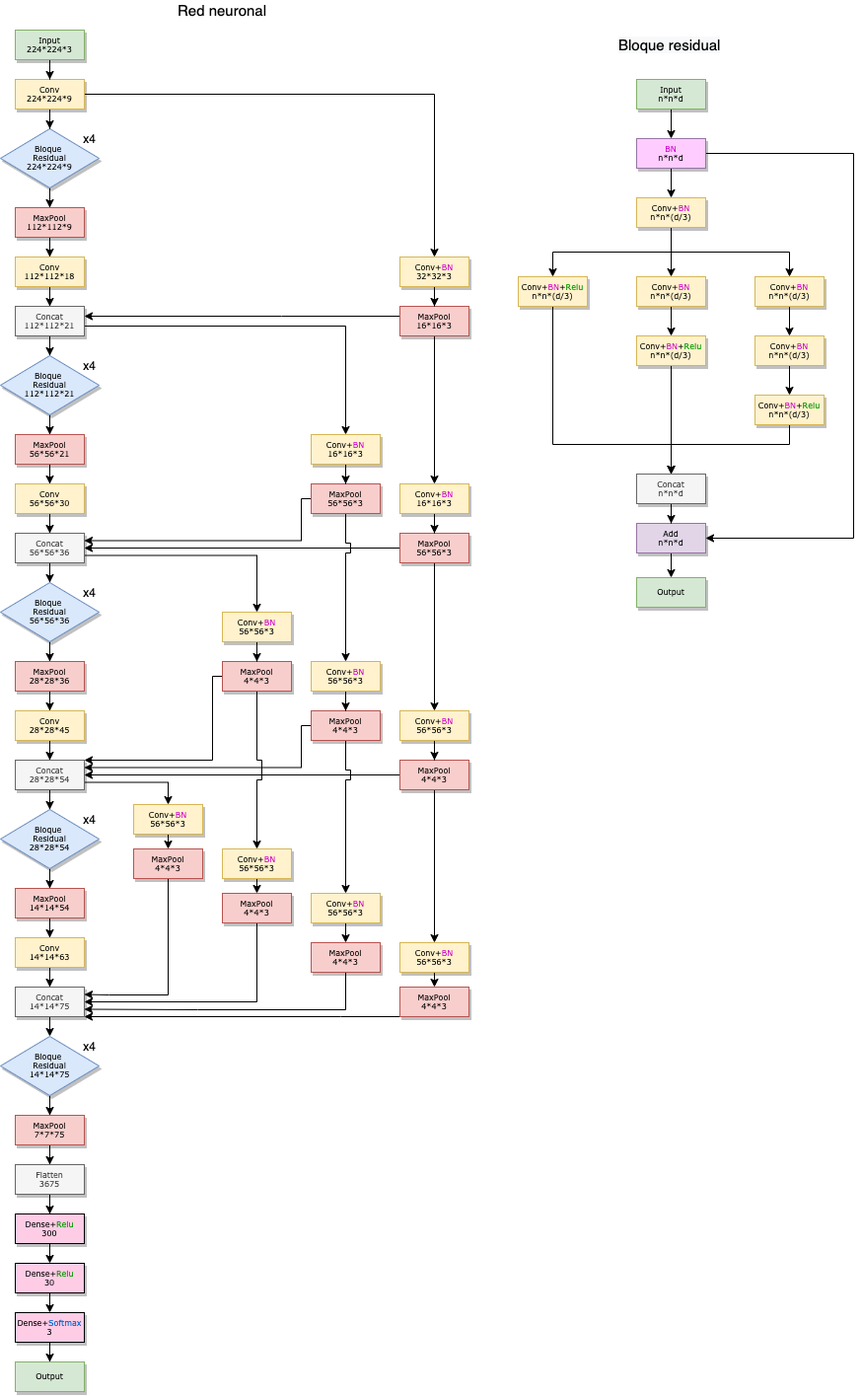
Before: Memoria/images/ScratchDavid.png, a diagram exported from draw.io (Daalma7/CNNsXraysCOVID). Source tidied: cells renumbered, new cells last; positions are measured from the earlier drawing's top-left corner, leaving out a move shared by most shapes.
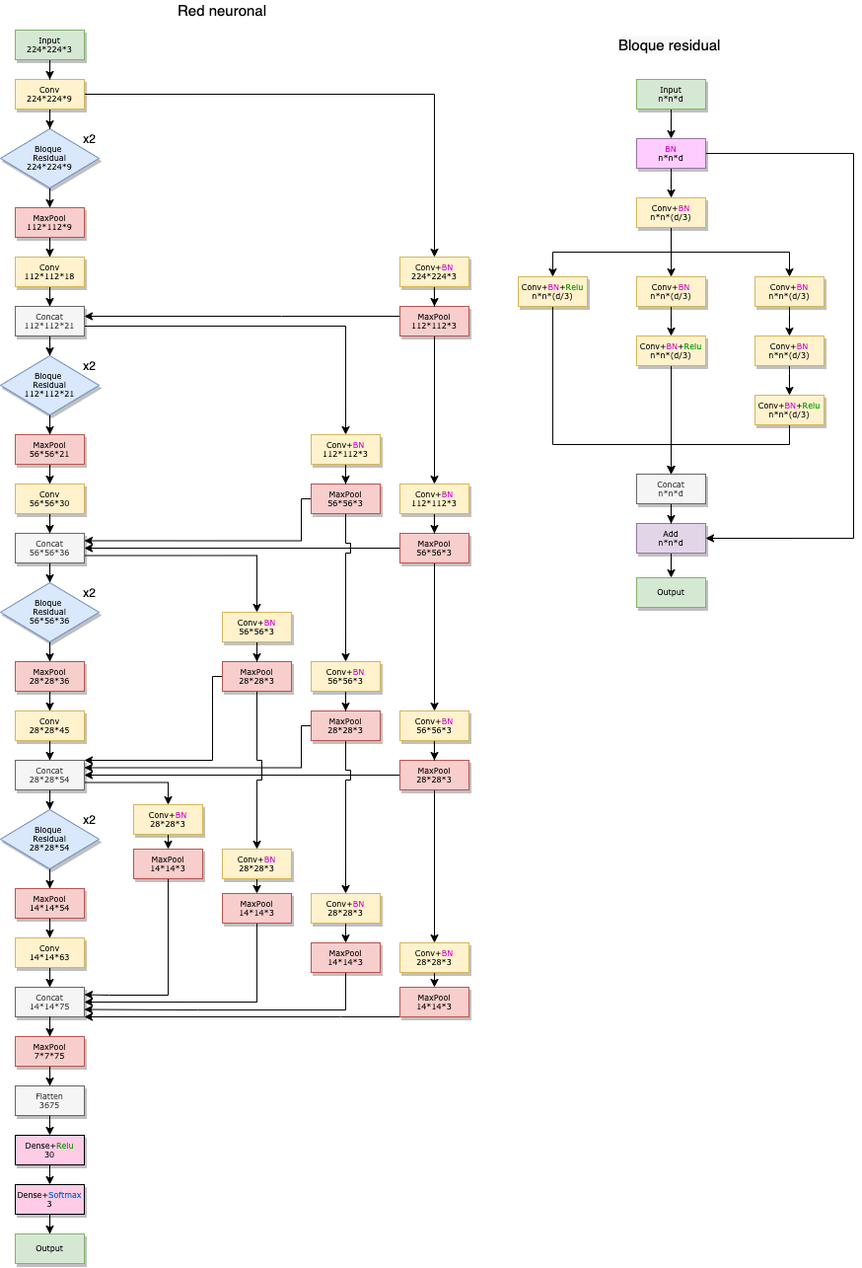
After the change.

What changed in the source:
```diff
@@ -16,3 +16,3 @@
     </mxCell>
-    <mxCell id="6" value="x4" style="text;html=1;align=center;verticalAlign=middle;" parent="1" vertex="1">
+    <mxCell id="6" value="x2" style="text;html=1;align=center;verticalAlign=middle;" parent="1" vertex="1">
       <mxGeometry x="75" y="130" width="30" height="20" as="geometry" />
@@ -45,3 +45,3 @@
     </mxCell>
-    <mxCell id="14" value="MaxPool&lt;br&gt;16*16*3" style="whiteSpace=wrap;html=1;rounded=0;shadow=1;labelBackgroundColor=none;strokeWidth=1;fontFamily=Verdana;fontSize=8;align=center;fillColor=#f8cecc;strokeColor=#b85450;" parent="1" vertex="1">
+    <mxCell id="14" value="MaxPool&lt;br&gt;112*112*3" style="whiteSpace=wrap;html=1;rounded=0;shadow=1;labelBackgroundColor=none;strokeWidth=1;fontFamily=Verdana;fontSize=8;align=center;fillColor=#f8cecc;strokeColor=#b85450;" parent="1" vertex="1">
       <mxGeometry x="405" y="310" width="70" height="30" as="geometry" />
@@ -57,3 +57,3 @@
     </mxCell>
-    <mxCell id="18" value="Conv+&lt;font color=&quot;#cc00cc&quot;&gt;BN&lt;/font&gt;&lt;br&gt;32*32*3" style="whiteSpace=wrap;html=1;rounded=0;shadow=1;labelBackgroundColor=none;strokeWidth=1;fontFamily=Verdana;fontSize=8;align=center;fillColor=#fff2cc;strokeColor=#d6b656;" parent="1" vertex="1">
+    <mxCell id="18" value="Conv+&lt;font color=&quot;#cc00cc&quot;&gt;BN&lt;/font&gt;&lt;br&gt;224*224*3" style="whiteSpace=wrap;html=1;rounded=0;shadow=1;labelBackgroundColor=none;strokeWidth=1;fontFamily=Verdana;fontSize=8;align=center;fillColor=#fff2cc;strokeColor=#d6b656;" parent="1" vertex="1">
       <mxGeometry x="405" y="260" width="70" height="30" as="geometry" />
@@ -86,3 +86,3 @@
     </mxCell>
-    <mxCell id="26" value="x4" style="text;html=1;align=center;verticalAlign=middle;" parent="1" vertex="1">
+    <mxCell id="26" value="x2" style="text;html=1;align=center;verticalAlign=middle;" parent="1" vertex="1">
       <mxGeometry x="75" y="360" width="30" height="20" as="geometry" />
@@ -116,3 +116,3 @@
     </mxCell>
-    <mxCell id="36" value="Conv+&lt;font color=&quot;#cc00cc&quot;&gt;BN&lt;/font&gt;&lt;br&gt;16*16*3" style="whiteSpace=wrap;html=1;rounded=0;shadow=1;labelBackgroundColor=none;strokeWidth=1;fontFamily=Verdana;fontSize=8;align=center;fillColor=#fff2cc;strokeColor=#d6b656;" parent="1" vertex="1">
+    <mxCell id="36" value="Conv+&lt;font color=&quot;#cc00cc&quot;&gt;BN&lt;/font&gt;&lt;br&gt;112*112*3" style="whiteSpace=wrap;html=1;rounded=0;shadow=1;labelBackgroundColor=none;strokeWidth=1;fontFamily=Verdana;fontSize=8;align=center;fillColor=#fff2cc;strokeColor=#d6b656;" parent="1" vertex="1">
       <mxGeometry x="405" y="490" width="70" height="30" as="geometry" />
@@ -143,3 +143,3 @@
     </mxCell>
-    <mxCell id="41" value="Conv+&lt;font color=&quot;#cc00cc&quot;&gt;BN&lt;/font&gt;&lt;br&gt;16*16*3" style="whiteSpace=wrap;html=1;rounded=0;shadow=1;labelBackgroundColor=none;strokeWidth=1;fontFamily=Verdana;fontSize=8;align=center;fillColor=#fff2cc;strokeColor=#d6b656;" parent="1" vertex="1">
+    <mxCell id="41" value="Conv+&lt;font color=&quot;#cc00cc&quot;&gt;BN&lt;/font&gt;&lt;br&gt;112*112*3" style="whiteSpace=wrap;html=1;rounded=0;shadow=1;labelBackgroundColor=none;strokeWidth=1;fontFamily=Verdana;fontSize=8;align=center;fillColor=#fff2cc;strokeColor=#d6b656;" parent="1" vertex="1">
       <mxGeometry x="315" y="440" width="70" height="30" as="geometry" />
@@ -158,3 +158,3 @@
     </mxCell>
-    <mxCell id="46" value="x4" style="text;html=1;align=center;verticalAlign=middle;" parent="1" vertex="1">
+    <mxCell id="46" value="x2" style="text;html=1;align=center;verticalAlign=middle;" parent="1" vertex="1">
       <mxGeometry x="75" y="590" width="30" height="20" as="geometry" />
@@ -184,3 +184,3 @@
     </mxCell>
-    <mxCell id="54" value="MaxPool&lt;br&gt;4*4*3" style="whiteSpace=wrap;html=1;rounded=0;shadow=1;labelBackgroundColor=none;strokeWidth=1;fontFamily=Verdana;fontSize=8;align=center;fillColor=#f8cecc;strokeColor=#b85450;" parent="1" vertex="1">
+    <mxCell id="54" value="MaxPool&lt;br&gt;28*28*3" style="whiteSpace=wrap;html=1;rounded=0;shadow=1;labelBackgroundColor=none;strokeWidth=1;fontFamily=Verdana;fontSize=8;align=center;fillColor=#f8cecc;strokeColor=#b85450;" parent="1" vertex="1">
       <mxGeometry x="405" y="770" width="70" height="30" as="geometry" />
@@ -211,3 +211,3 @@
     </mxCell>
-    <mxCell id="59" value="MaxPool&lt;br&gt;4*4*3" style="whiteSpace=wrap;html=1;rounded=0;shadow=1;labelBackgroundColor=none;strokeWidth=1;fontFamily=Verdana;fontSize=8;align=center;fillColor=#f8cecc;strokeColor=#b85450;" parent="1" vertex="1">
+    <mxCell id="59" value="MaxPool&lt;br&gt;28*28*3" style="whiteSpace=wrap;html=1;rounded=0;shadow=1;labelBackgroundColor=none;strokeWidth=1;fontFamily=Verdana;fontSize=8;align=center;fillColor=#f8cecc;strokeColor=#b85450;" parent="1" vertex="1">
       <mxGeometry x="315" y="720" width="70" height="30" as="geometry" />
@@ -238,3 +238,3 @@
     </mxCell>
-    <mxCell id="64" value="MaxPool&lt;br&gt;4*4*3" style="whiteSpace=wrap;html=1;rounded=0;shadow=1;labelBackgroundColor=none;strokeWidth=1;fontFamily=Verdana;fontSize=8;align=center;fillColor=#f8cecc;strokeColor=#b85450;" parent="1" vertex="1">
+    <mxCell id="64" value="MaxPool&lt;br&gt;28*28*3" style="whiteSpace=wrap;html=1;rounded=0;shadow=1;labelBackgroundColor=none;strokeWidth=1;fontFamily=Verdana;fontSize=8;align=center;fillColor=#f8cecc;strokeColor=#b85450;" parent="1" vertex="1">
       <mxGeometry x="225" y="670" width="70" height="30" as="geometry" />
@@ -249,17 +249,13 @@
       <mxGeometry relative="1" as="geometry">
-        <mxPoint x="50" y="1160" as="sourcePoint" />
+        <mxPoint x="50" y="1080" as="sourcePoint" />
       </mxGeometry>
     </mxCell>
-    <mxCell id="68" style="edgeStyle=orthogonalEdgeStyle;rounded=0;jettySize=auto;html=1;entryX=0.5;entryY=0;entryDx=0;entryDy=0;" parent="1" edge="1" source="69" target="71">
-      <mxGeometry relative="1" as="geometry" />
-    </mxCell>
     <mxCell id="69" value="Flatten&lt;br&gt;3675" style="whiteSpace=wrap;html=1;rounded=0;shadow=1;labelBackgroundColor=none;strokeWidth=1;fontFamily=Verdana;fontSize=8;align=center;fillColor=#f5f5f5;strokeColor=#666666;fontColor=#333333;" parent="1" vertex="1">
-      <mxGeometry x="15" y="1180" width="70" height="30" as="geometry" />
+      <mxGeometry x="15" y="1100" width="70" height="30" as="geometry" />
     </mxCell>
-    <mxCell id="70" style="edgeStyle=orthogonalEdgeStyle;rounded=0;jettySize=auto;html=1;exitX=0.5;exitY=1;exitDx=0;exitDy=0;entryX=0.5;entryY=0;entryDx=0;entryDy=0;" parent="1" edge="1" source="71" target="133">
-      <mxGeometry relative="1" as="geometry" />
+    <mxCell id="70" style="edgeStyle=orthogonalEdgeStyle;rounded=0;jettySize=auto;html=1;exitX=0.5;exitY=1;exitDx=0;exitDy=0;entryX=0.5;entryY=0;entryDx=0;entryDy=0;" parent="1" edge="1" target="133">
+      <mxGeometry relative="1" as="geometry">
+        <mxPoint x="50" y="1130" as="sourcePoint" />
+      </mxGeometry>
     </mxCell>
-    <mxCell id="71" value="Dense+&lt;font color=&quot;#009900&quot;&gt;Relu&lt;/font&gt;&lt;br&gt;300" style="whiteSpace=wrap;html=1;rounded=0;shadow=1;labelBackgroundColor=none;strokeWidth=1;fontFamily=Verdana;fontSize=8;align=center;fillColor=#FFCCE6;" parent="1" vertex="1">
-      <mxGeometry x="15" y="1230" width="70" height="30" as="geometry" />
-    </mxCell>
     <mxCell id="72" style="edgeStyle=orthogonalEdgeStyle;rounded=0;jettySize=auto;html=1;entryX=0.5;entryY=0;entryDx=0;entryDy=0;" parent="1" edge="1" source="73" target="74">
@@ -268,6 +264,6 @@
     <mxCell id="73" value="Dense+&lt;font color=&quot;#0066cc&quot;&gt;Softmax&lt;/font&gt;&lt;br&gt;3" style="whiteSpace=wrap;html=1;rounded=0;shadow=1;labelBackgroundColor=none;strokeWidth=1;fontFamily=Verdana;fontSize=8;align=center;fillColor=#FFCCE6;" parent="1" vertex="1">
-      <mxGeometry x="15" y="1330" width="70" height="30" as="geometry" />
+      <mxGeometry x="15" y="1200" width="70" height="30" as="geometry" />
     </mxCell>
     <mxCell id="74" value="Output" style="whiteSpace=wrap;html=1;rounded=0;shadow=1;labelBackgroundColor=none;strokeWidth=1;fontFamily=Verdana;fontSize=8;align=center;fillColor=#d5e8d4;strokeColor=#82b366;" parent="1" vertex="1">
-      <mxGeometry x="15" y="1380" width="70" height="30" as="geometry" />
+      <mxGeometry x="15" y="1250" width="70" height="30" as="geometry" />
     </mxCell>
@@ -386,3 +382,3 @@
     </mxCell>
-    <mxCell id="107" value="x4" style="text;html=1;align=center;verticalAlign=middle;" parent="1" vertex="1">
+    <mxCell id="107" value="x2" style="text;html=1;align=center;verticalAlign=middle;" parent="1" vertex="1">
       <mxGeometry x="75" y="820" width="30" height="20" as="geometry" />
@@ -395,5 +391,2 @@
     </mxCell>
-    <mxCell id="110" style="edgeStyle=orthogonalEdgeStyle;rounded=0;jettySize=auto;html=1;exitX=0.5;exitY=1;exitDx=0;exitDy=0;entryX=0.5;entryY=0;entryDx=0;entryDy=0;" parent="1" edge="1" source="111" target="129">
-      <mxGeometry relative="1" as="geometry" />
-    </mxCell>
     <mxCell id="111" value="Concat&lt;br&gt;14*14*75" style="whiteSpace=wrap;html=1;rounded=0;shadow=1;labelBackgroundColor=none;strokeWidth=1;fontFamily=Verdana;fontSize=8;align=center;fillColor=#f5f5f5;strokeColor=#666666;fontColor=#333333;" parent="1" vertex="1">
@@ -404,3 +397,3 @@
     </mxCell>
-    <mxCell id="113" value="Conv+&lt;font color=&quot;#cc00cc&quot;&gt;BN&lt;/font&gt;&lt;br&gt;56*56*3" style="whiteSpace=wrap;html=1;rounded=0;shadow=1;labelBackgroundColor=none;strokeWidth=1;fontFamily=Verdana;fontSize=8;align=center;fillColor=#fff2cc;strokeColor=#d6b656;" parent="1" vertex="1">
+    <mxCell id="113" value="Conv+&lt;font color=&quot;#cc00cc&quot;&gt;BN&lt;/font&gt;&lt;br&gt;28*28*3" style="whiteSpace=wrap;html=1;rounded=0;shadow=1;labelBackgroundColor=none;strokeWidth=1;fontFamily=Verdana;fontSize=8;align=center;fillColor=#fff2cc;strokeColor=#d6b656;" parent="1" vertex="1">
       <mxGeometry x="135" y="815" width="70" height="30" as="geometry" />
@@ -415,3 +408,3 @@
     </mxCell>
-    <mxCell id="115" value="MaxPool&lt;br&gt;4*4*3" style="whiteSpace=wrap;html=1;rounded=0;shadow=1;labelBackgroundColor=none;strokeWidth=1;fontFamily=Verdana;fontSize=8;align=center;fillColor=#f8cecc;strokeColor=#b85450;" parent="1" vertex="1">
+    <mxCell id="115" value="MaxPool&lt;br&gt;14*14*3" style="whiteSpace=wrap;html=1;rounded=0;shadow=1;labelBackgroundColor=none;strokeWidth=1;fontFamily=Verdana;fontSize=8;align=center;fillColor=#f8cecc;strokeColor=#b85450;" parent="1" vertex="1">
       <mxGeometry x="135" y="860" width="70" height="30" as="geometry" />
@@ -421,3 +414,3 @@
     </mxCell>
-    <mxCell id="117" value="Conv+&lt;font color=&quot;#cc00cc&quot;&gt;BN&lt;/font&gt;&lt;br&gt;56*56*3" style="whiteSpace=wrap;html=1;rounded=0;shadow=1;labelBackgroundColor=none;strokeWidth=1;fontFamily=Verdana;fontSize=8;align=center;fillColor=#fff2cc;strokeColor=#d6b656;" parent="1" vertex="1">
+    <mxCell id="117" value="Conv+&lt;font color=&quot;#cc00cc&quot;&gt;BN&lt;/font&gt;&lt;br&gt;28*28*3" style="whiteSpace=wrap;html=1;rounded=0;shadow=1;labelBackgroundColor=none;strokeWidth=1;fontFamily=Verdana;fontSize=8;align=center;fillColor=#fff2cc;strokeColor=#d6b656;" parent="1" vertex="1">
       <mxGeometry x="315" y="905" width="70" height="30" as="geometry" />
@@ -432,3 +425,3 @@
     </mxCell>
-    <mxCell id="119" value="MaxPool&lt;br&gt;4*4*3" style="whiteSpace=wrap;html=1;rounded=0;shadow=1;labelBackgroundColor=none;strokeWidth=1;fontFamily=Verdana;fontSize=8;align=center;fillColor=#f8cecc;strokeColor=#b85450;" parent="1" vertex="1">
+    <mxCell id="119" value="MaxPool&lt;br&gt;14*14*3" style="whiteSpace=wrap;html=1;rounded=0;shadow=1;labelBackgroundColor=none;strokeWidth=1;fontFamily=Verdana;fontSize=8;align=center;fillColor=#f8cecc;strokeColor=#b85450;" parent="1" vertex="1">
       <mxGeometry x="315" y="955" width="70" height="30" as="geometry" />
@@ -438,3 +431,3 @@
     </mxCell>
-    <mxCell id="121" value="Conv+&lt;font color=&quot;#cc00cc&quot;&gt;BN&lt;/font&gt;&lt;br&gt;56*56*3" style="whiteSpace=wrap;html=1;rounded=0;shadow=1;labelBackgroundColor=none;strokeWidth=1;fontFamily=Verdana;fontSize=8;align=center;fillColor=#fff2cc;strokeColor=#d6b656;" parent="1" vertex="1">
+    <mxCell id="121" value="Conv+&lt;font color=&quot;#cc00cc&quot;&gt;BN&lt;/font&gt;&lt;br&gt;28*28*3" style="whiteSpace=wrap;html=1;rounded=0;shadow=1;labelBackgroundColor=none;strokeWidth=1;fontFamily=Verdana;fontSize=8;align=center;fillColor=#fff2cc;strokeColor=#d6b656;" parent="1" vertex="1">
       <mxGeometry x="405" y="955" width="70" height="30" as="geometry" />
@@ -449,3 +442,3 @@
     </mxCell>
-    <mxCell id="123" value="MaxPool&lt;br&gt;4*4*3" style="whiteSpace=wrap;html=1;rounded=0;shadow=1;labelBackgroundColor=none;strokeWidth=1;fontFamily=Verdana;fontSize=8;align=center;fillColor=#f8cecc;strokeColor=#b85450;" parent="1" vertex="1">
+    <mxCell id="123" value="MaxPool&lt;br&gt;14*14*3" style="whiteSpace=wrap;html=1;rounded=0;shadow=1;labelBackgroundColor=none;strokeWidth=1;fontFamily=Verdana;fontSize=8;align=center;fillColor=#f8cecc;strokeColor=#b85450;" parent="1" vertex="1">
       <mxGeometry x="405" y="1000" width="70" height="30" as="geometry" />
@@ -455,3 +448,3 @@
     </mxCell>
-    <mxCell id="125" value="Conv+&lt;font color=&quot;#cc00cc&quot;&gt;BN&lt;/font&gt;&lt;br&gt;56*56*3" style="whiteSpace=wrap;html=1;rounded=0;shadow=1;labelBackgroundColor=none;strokeWidth=1;fontFamily=Verdana;fontSize=8;align=center;fillColor=#fff2cc;strokeColor=#d6b656;" parent="1" vertex="1">
+    <mxCell id="125" value="Conv+&lt;font color=&quot;#cc00cc&quot;&gt;BN&lt;/font&gt;&lt;br&gt;28*28*3" style="whiteSpace=wrap;html=1;rounded=0;shadow=1;labelBackgroundColor=none;strokeWidth=1;fontFamily=Verdana;fontSize=8;align=center;fillColor=#fff2cc;strokeColor=#d6b656;" parent="1" vertex="1">
       <mxGeometry x="225" y="860" width="70" height="30" as="geometry" />
@@ -465,17 +458,13 @@
     </mxCell>
-    <mxCell id="127" value="MaxPool&lt;br&gt;4*4*3" style="whiteSpace=wrap;html=1;rounded=0;shadow=1;labelBackgroundColor=none;strokeWidth=1;fontFamily=Verdana;fontSize=8;align=center;fillColor=#f8cecc;strokeColor=#b85450;" parent="1" vertex="1">
+    <mxCell id="127" value="MaxPool&lt;br&gt;14*14*3" style="whiteSpace=wrap;html=1;rounded=0;shadow=1;labelBackgroundColor=none;strokeWidth=1;fontFamily=Verdana;fontSize=8;align=center;fillColor=#f8cecc;strokeColor=#b85450;" parent="1" vertex="1">
       <mxGeometry x="225" y="905" width="70" height="30" as="geometry" />
     </mxCell>
-    <mxCell id="128" style="edgeStyle=orthogonalEdgeStyle;rounded=0;jettySize=auto;html=1;" parent="1" edge="1" source="129" target="130">
-      <mxGeometry relative="1" as="geometry" />
+    <mxCell id="128" style="edgeStyle=orthogonalEdgeStyle;rounded=0;jettySize=auto;html=1;" parent="1" edge="1" target="130">
+      <mxGeometry relative="1" as="geometry">
+        <mxPoint x="50" y="1030" as="sourcePoint" />
+      </mxGeometry>
     </mxCell>
-    <mxCell id="129" value="Bloque&amp;nbsp;&lt;br&gt;Residual&lt;br&gt;14*14*75" style="rhombus;whiteSpace=wrap;html=1;rounded=0;shadow=1;labelBackgroundColor=none;strokeWidth=1;fontFamily=Verdana;fontSize=8;align=center;fillColor=#dae8fc;strokeColor=#6c8ebf;" parent="1" vertex="1">
-      <mxGeometry y="1050" width="100" height="60" as="geometry" />
-    </mxCell>
     <mxCell id="130" value="MaxPool&lt;br&gt;7*7*75" style="whiteSpace=wrap;html=1;rounded=0;shadow=1;labelBackgroundColor=none;strokeWidth=1;fontFamily=Verdana;fontSize=8;align=center;fillColor=#f8cecc;strokeColor=#b85450;" parent="1" vertex="1">
-      <mxGeometry x="15" y="1130" width="70" height="30" as="geometry" />
+      <mxGeometry x="15" y="1050" width="70" height="30" as="geometry" />
     </mxCell>
-    <mxCell id="131" value="x4" style="text;html=1;align=center;verticalAlign=middle;" parent="1" vertex="1">
-      <mxGeometry x="75" y="1050" width="30" height="20" as="geometry" />
-    </mxCell>
     <mxCell id="132" style="edgeStyle=orthogonalEdgeStyle;rounded=0;jettySize=auto;html=1;exitX=0.5;exitY=1;exitDx=0;exitDy=0;entryX=0.5;entryY=0;entryDx=0;entryDy=0;" parent="1" edge="1" source="133" target="73">
@@ -484,3 +473,3 @@
     <mxCell id="133" value="Dense+&lt;font color=&quot;#009900&quot;&gt;Relu&lt;/font&gt;&lt;br&gt;30" style="whiteSpace=wrap;html=1;rounded=0;shadow=1;labelBackgroundColor=none;strokeWidth=1;fontFamily=Verdana;fontSize=8;align=center;fillColor=#FFCCE6;" parent="1" vertex="1">
-      <mxGeometry x="15" y="1280" width="70" height="30" as="geometry" />
+      <mxGeometry x="15" y="1150" width="70" height="30" as="geometry" />
     </mxCell>
```
